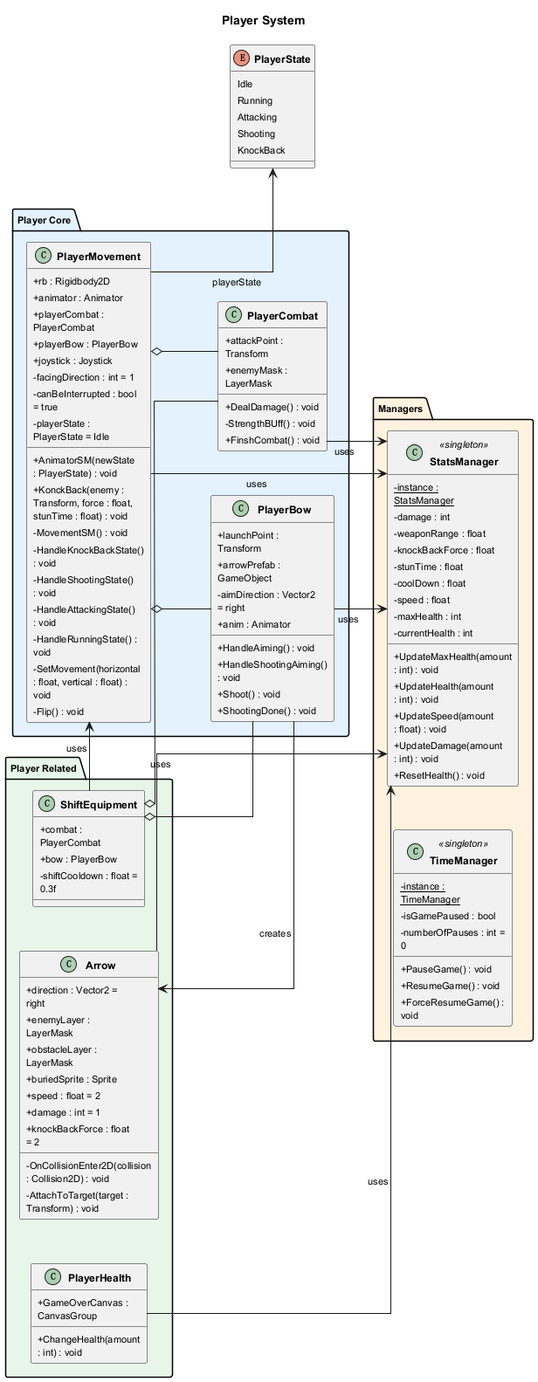
Before: Docs/UML/Player_System.png, a diagram exported from PlantUML (KAIDO-YONAGI/My_ARPG). Its diagram source:
```plantuml
@startuml Player_System

left to right direction

skinparam linetype ortho
skinparam nodesep 50
skinparam ranksep 60
skinparam classAttributeIconSize 0
skinparam defaultFontSize 11
skinparam classFontSize 12
skinparam classFontStyle bold
skinparam padding 2
skinparam wrapWidth 120

title Player System

enum PlayerState {
    Idle
    Running
    Attacking
    Shooting
    KnockBack
}

package "Managers" #FFF3E0 {
    class StatsManager <<singleton>> {
        - {static} instance : StatsManager
        - damage : int
        - weaponRange : float
        - knockBackForce : float
        - stunTime : float
        - coolDown : float
        - speed : float
        - maxHealth : int
        - currentHealth : int
        + UpdateMaxHealth(amount : int) : void
        + UpdateHealth(amount : int) : void
        + UpdateSpeed(amount : float) : void
        + UpdateDamage(amount : int) : void
        + ResetHealth() : void
    }

    class TimeManager <<singleton>> {
        - {static} instance : TimeManager
        - isGamePaused : bool
        - numberOfPauses : int = 0
        + PauseGame() : void
        + ResumeGame() : void
        + ForceResumeGame() : void
    }
}

package "Player Core" #E3F2FD {
    class PlayerMovement {
        + rb : Rigidbody2D
        + animator : Animator
        + playerCombat : PlayerCombat
        + playerBow : PlayerBow
        + joystick : Joystick
        - facingDirection : int = 1
        - canBeInterrupted : bool = true
        - playerState : PlayerState = Idle
        + AnimatorSM(newState : PlayerState) : void
        + KonckBack(enemy : Transform, force : float, stunTime : float) : void
        - MovementSM() : void
        - HandleKnockBackState() : void
        - HandleShootingState() : void
        - HandleAttackingState() : void
        - HandleRunningState() : void
        - SetMovement(horizontal : float, vertical : float) : void
        - Flip() : void
    }

    class PlayerCombat {
        + attackPoint : Transform
        + enemyMask : LayerMask
        + DealDamage() : void
        - StrengthBUff() : void
        + FinshCombat() : void
    }

    class PlayerBow {
        + launchPoint : Transform
        + arrowPrefab : GameObject
        - aimDirection : Vector2 = right
        + anim : Animator
        + HandleAiming() : void
        + HandleShootingAiming() : void
        + Shoot() : void
        + ShootingDone() : void
    }
}

package "Player Related" #E8F5E9 {
    class PlayerHealth {
        + GameOverCanvas : CanvasGroup
        + ChangeHealth(amount : int) : void
    }

    class ShiftEquipment {
        + combat : PlayerCombat
        + bow : PlayerBow
        - shiftCooldown : float = 0.3f
    }

    class Arrow {
        + direction : Vector2 = right
        + enemyLayer : LayerMask
        + obstacleLayer : LayerMask
        + buriedSprite : Sprite
        + speed : float = 2
        + damage : int = 1
        + knockBackForce : float = 2
        - OnCollisionEnter2D(collision : Collision2D) : void
        - AttachToTarget(target : Transform) : void
    }
}

PlayerMovement --> PlayerState : playerState
PlayerMovement o-- PlayerCombat
PlayerMovement o-- PlayerBow
PlayerMovement --> StatsManager : uses
PlayerCombat --> StatsManager : uses
PlayerBow --> StatsManager : uses
PlayerBow --> Arrow : creates
ShiftEquipment o-- PlayerCombat
ShiftEquipment o-- PlayerBow
ShiftEquipment --> PlayerMovement : uses
PlayerHealth --> StatsManager : uses
Arrow --> StatsManager : uses

@enduml
```
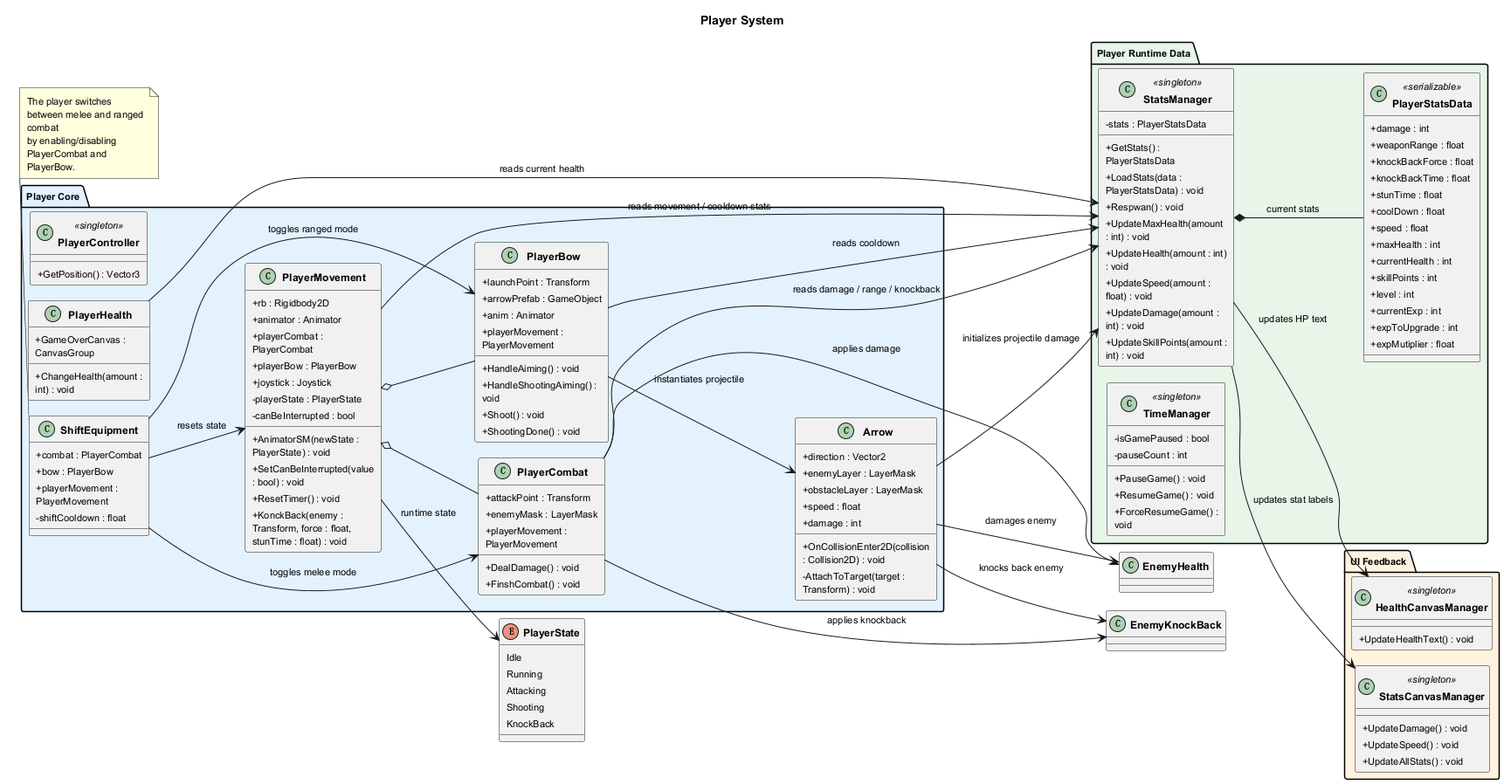
Above is the later version.

Diff of the diagram source:
```diff
@@ -1,16 +1,17 @@
 @startuml Player_System
 
+!pragma layout smetana
 left to right direction
 
 skinparam linetype ortho
-skinparam nodesep 50
-skinparam ranksep 60
+skinparam nodesep 40
+skinparam ranksep 50
 skinparam classAttributeIconSize 0
 skinparam defaultFontSize 11
 skinparam classFontSize 12
 skinparam classFontStyle bold
 skinparam padding 2
-skinparam wrapWidth 120
+skinparam wrapWidth 140
 
 title Player System
 
@@ -22,28 +23,39 @@
     KnockBack
 }
 
-package "Managers" #FFF3E0 {
+package "Player Runtime Data" #E8F5E9 {
+    class PlayerStatsData <<serializable>> {
+        + damage : int
+        + weaponRange : float
+        + knockBackForce : float
+        + knockBackTime : float
+        + stunTime : float
+        + coolDown : float
+        + speed : float
+        + maxHealth : int
+        + currentHealth : int
+        + skillPoints : int
+        + level : int
+        + currentExp : int
+        + expToUpgrade : int
+        + expMutiplier : float
+    }
+
     class StatsManager <<singleton>> {
-        - {static} instance : StatsManager
-        - damage : int
-        - weaponRange : float
-        - knockBackForce : float
-        - stunTime : float
-        - coolDown : float
-        - speed : float
-        - maxHealth : int
-        - currentHealth : int
+        - stats : PlayerStatsData
+        + GetStats() : PlayerStatsData
+        + LoadStats(data : PlayerStatsData) : void
+        + Respwan() : void
         + UpdateMaxHealth(amount : int) : void
         + UpdateHealth(amount : int) : void
         + UpdateSpeed(amount : float) : void
         + UpdateDamage(amount : int) : void
-        + ResetHealth() : void
+        + UpdateSkillPoints(amount : int) : void
     }
 
     class TimeManager <<singleton>> {
-        - {static} instance : TimeManager
         - isGamePaused : bool
-        - numberOfPauses : int = 0
+        - pauseCount : int
         + PauseGame() : void
         + ResumeGame() : void
         + ForceResumeGame() : void
@@ -51,82 +63,101 @@
 }
 
 package "Player Core" #E3F2FD {
+    class PlayerController <<singleton>> {
+        + GetPosition() : Vector3
+    }
+
     class PlayerMovement {
         + rb : Rigidbody2D
         + animator : Animator
         + playerCombat : PlayerCombat
         + playerBow : PlayerBow
         + joystick : Joystick
-        - facingDirection : int = 1
-        - canBeInterrupted : bool = true
-        - playerState : PlayerState = Idle
+        - playerState : PlayerState
+        - canBeInterrupted : bool
         + AnimatorSM(newState : PlayerState) : void
+        + SetCanBeInterrupted(value : bool) : void
+        + ResetTimer() : void
         + KonckBack(enemy : Transform, force : float, stunTime : float) : void
-        - MovementSM() : void
-        - HandleKnockBackState() : void
-        - HandleShootingState() : void
-        - HandleAttackingState() : void
-        - HandleRunningState() : void
-        - SetMovement(horizontal : float, vertical : float) : void
-        - Flip() : void
     }
 
     class PlayerCombat {
         + attackPoint : Transform
         + enemyMask : LayerMask
+        + playerMovement : PlayerMovement
         + DealDamage() : void
-        - StrengthBUff() : void
         + FinshCombat() : void
     }
 
     class PlayerBow {
         + launchPoint : Transform
         + arrowPrefab : GameObject
-        - aimDirection : Vector2 = right
         + anim : Animator
+        + playerMovement : PlayerMovement
         + HandleAiming() : void
         + HandleShootingAiming() : void
         + Shoot() : void
         + ShootingDone() : void
     }
-}
 
-package "Player Related" #E8F5E9 {
+    class ShiftEquipment {
+        + combat : PlayerCombat
+        + bow : PlayerBow
+        + playerMovement : PlayerMovement
+        - shiftCooldown : float
+    }
+
     class PlayerHealth {
         + GameOverCanvas : CanvasGroup
         + ChangeHealth(amount : int) : void
     }
 
-    class ShiftEquipment {
-        + combat : PlayerCombat
-        + bow : PlayerBow
-        - shiftCooldown : float = 0.3f
-    }
-
     class Arrow {
-        + direction : Vector2 = right
+        + direction : Vector2
         + enemyLayer : LayerMask
         + obstacleLayer : LayerMask
-        + buriedSprite : Sprite
-        + speed : float = 2
-        + damage : int = 1
-        + knockBackForce : float = 2
-        - OnCollisionEnter2D(collision : Collision2D) : void
+        + speed : float
+        + damage : int
+        + OnCollisionEnter2D(collision : Collision2D) : void
         - AttachToTarget(target : Transform) : void
     }
 }
 
-PlayerMovement --> PlayerState : playerState
+package "UI Feedback" #FFF3E0 {
+    class HealthCanvasManager <<singleton>> {
+        + UpdateHealthText() : void
+    }
+
+    class StatsCanvasManager <<singleton>> {
+        + UpdateDamage() : void
+        + UpdateSpeed() : void
+        + UpdateAllStats() : void
+    }
+}
+
+StatsManager *-- PlayerStatsData : current stats
+StatsManager --> HealthCanvasManager : updates HP text
+StatsManager --> StatsCanvasManager : updates stat labels
+PlayerMovement --> PlayerState : runtime state
 PlayerMovement o-- PlayerCombat
 PlayerMovement o-- PlayerBow
-PlayerMovement --> StatsManager : uses
-PlayerCombat --> StatsManager : uses
-PlayerBow --> StatsManager : uses
-PlayerBow --> Arrow : creates
-ShiftEquipment o-- PlayerCombat
-ShiftEquipment o-- PlayerBow
-ShiftEquipment --> PlayerMovement : uses
-PlayerHealth --> StatsManager : uses
-Arrow --> StatsManager : uses
+PlayerMovement --> StatsManager : reads movement / cooldown stats
+PlayerCombat --> StatsManager : reads damage / range / knockback
+PlayerCombat --> EnemyHealth : applies damage
+PlayerCombat --> EnemyKnockBack : applies knockback
+PlayerBow --> StatsManager : reads cooldown
+PlayerBow --> Arrow : instantiates projectile
+ShiftEquipment --> PlayerCombat : toggles melee mode
+ShiftEquipment --> PlayerBow : toggles ranged mode
+ShiftEquipment --> PlayerMovement : resets state
+PlayerHealth --> StatsManager : reads current health
+Arrow --> StatsManager : initializes projectile damage
+Arrow --> EnemyHealth : damages enemy
+Arrow --> EnemyKnockBack : knocks back enemy
+
+note bottom of ShiftEquipment
+The player switches between melee and ranged combat
+by enabling/disabling PlayerCombat and PlayerBow.
+end note
 
 @enduml
```
